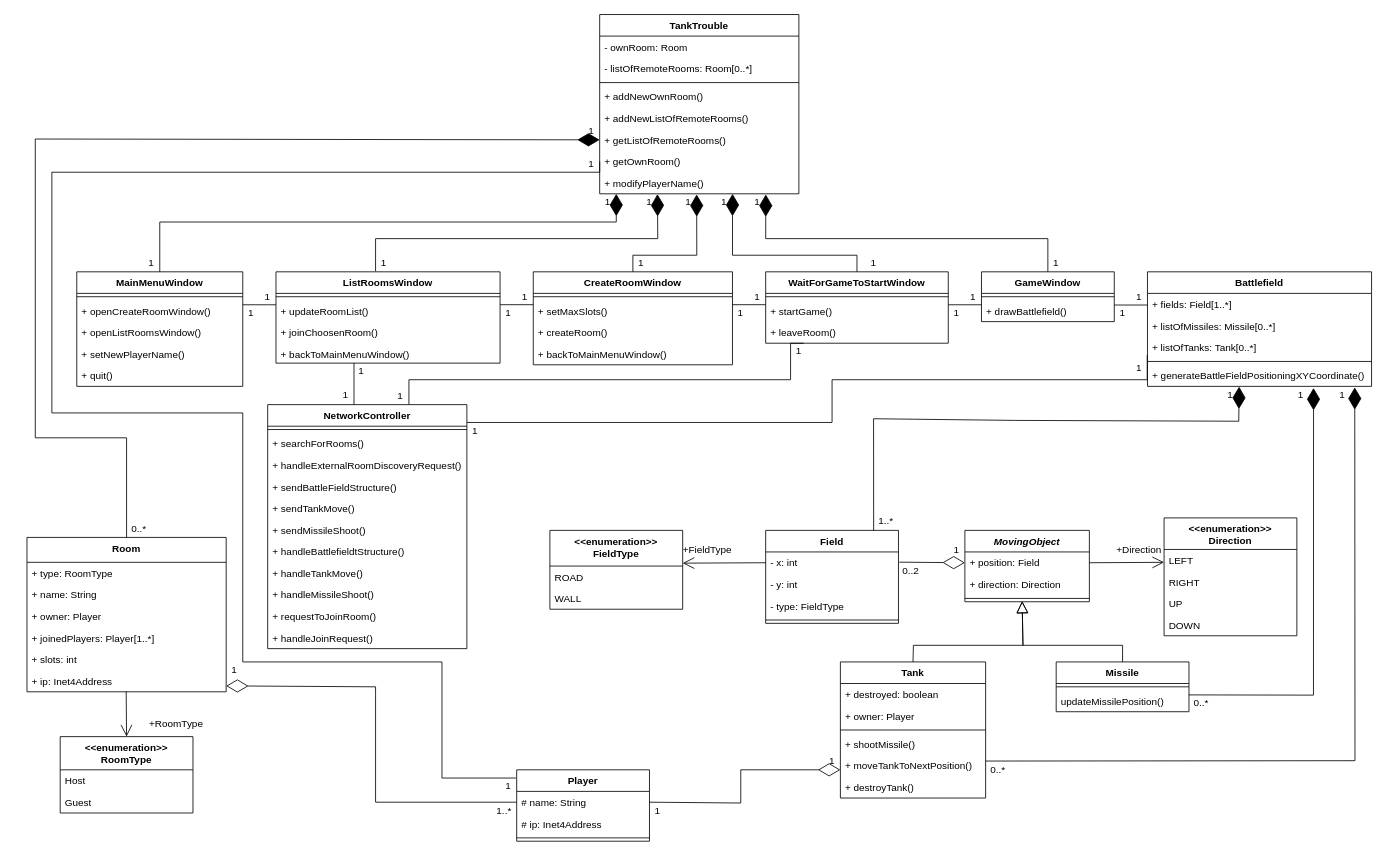
Earlier version of the draw.io diagram docs/Tervdokumentáció.drawio (Residuum22/TankTroubleBME). Source tidied: cells renumbered, new cells numbered last; positions are measured from the earlier drawing's top-left corner, leaving out a move shared by most shapes. Both pictures are drawn from the tidied source at 83%, with x=0, y=0 at pixel (27, 14).
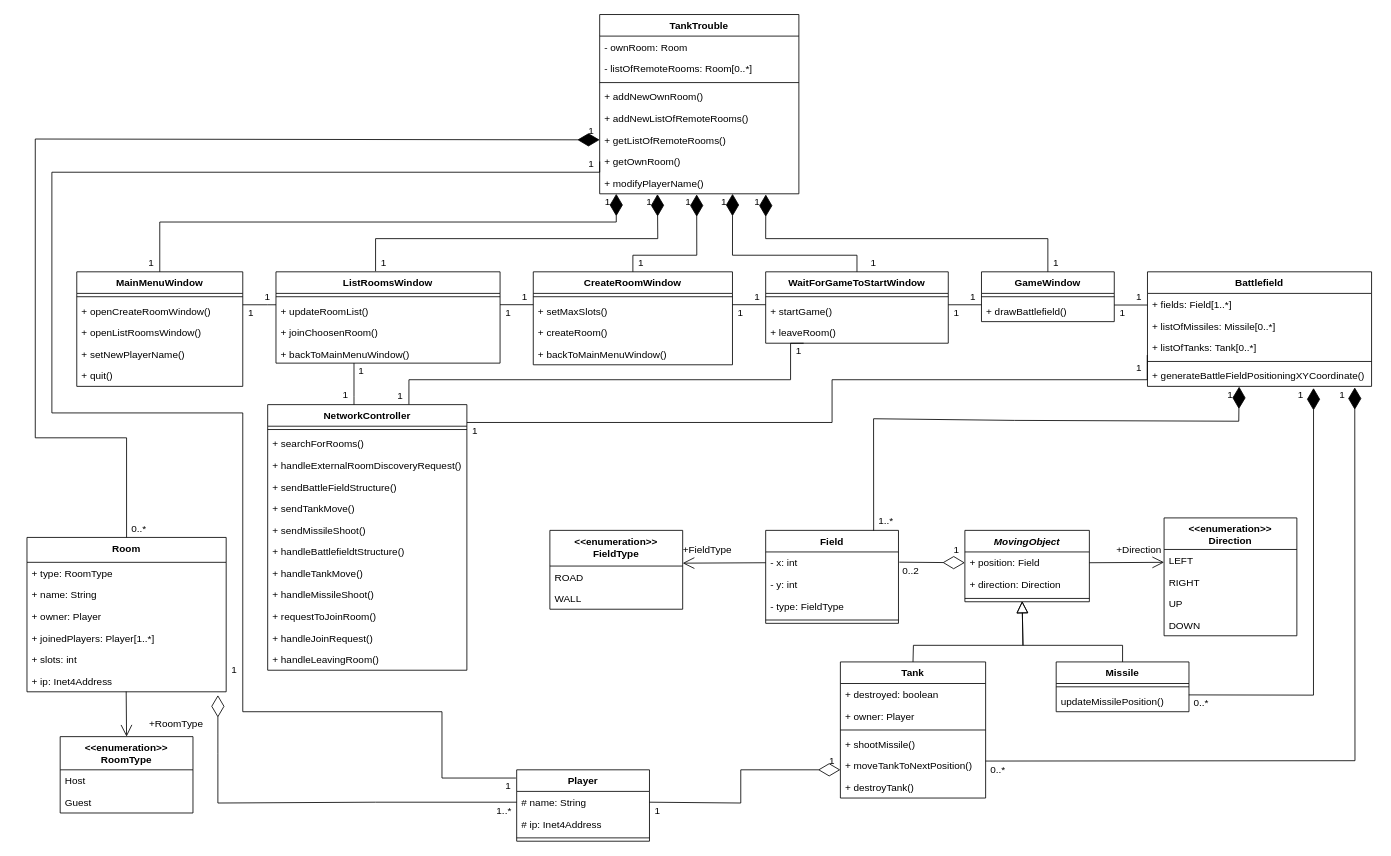
Above is the later version.

Commit message (it also covers changes not shown here):
Final touches on tervdokumentáció and generate PDF

The change refers to these unchanged cells:
```xml
<mxCell id="40" value="+ ip: Inet4Address" style="text;strokeColor=none;fillColor=none;align=left;verticalAlign=top;spacingLeft=4;spacingRight=4;overflow=hidden;points=[[0,0.5],[1,0.5]];portConstraint=eastwest;" parent="34" vertex="1">
  <mxGeometry y="160" width="240" height="26" as="geometry" />
</mxCell>
<mxCell id="51" value="+ getOwnRoom()" style="text;strokeColor=none;fillColor=none;align=left;verticalAlign=top;spacingLeft=4;spacingRight=4;overflow=hidden;points=[[0,0.5],[1,0.5]];portConstraint=eastwest;" parent="44" vertex="1">
  <mxGeometry y="164" width="240" height="26" as="geometry" />
</mxCell>
<mxCell id="90" value="Player" style="swimlane;fontStyle=1;align=center;verticalAlign=top;horizontal=1;startSize=26;" parent="1" vertex="1">
  <mxGeometry x="590" y="910" width="160" height="86" as="geometry" />
</mxCell>
<mxCell id="91" value="# name: String" style="text;strokeColor=none;fillColor=none;align=left;verticalAlign=top;spacingLeft=4;spacingRight=4;overflow=hidden;points=[[0,0.5],[1,0.5]];portConstraint=eastwest;" parent="90" vertex="1">
  <mxGeometry y="26" width="160" height="26" as="geometry" />
</mxCell>
```

The edit, as a diff of the source:
```diff
@@
     <mxCell id="18" value="NetworkController" style="swimlane;fontStyle=1;align=center;verticalAlign=top;horizontal=1;startSize=26;" parent="1" vertex="1">
-      <mxGeometry x="290" y="470" width="240" height="294" as="geometry" />
+      <mxGeometry x="290" y="470" width="240" height="320" as="geometry" />
     </mxCell>
@@
+    <mxCell id="164" value="+ handleLeavingRoom()" style="text;strokeColor=none;fillColor=none;align=left;verticalAlign=top;spacingLeft=4;spacingRight=4;overflow=hidden;" parent="18" vertex="1">
+      <mxGeometry y="294" width="240" height="26" as="geometry" />
+    </mxCell>
@@
     <mxCell id="158" style="endArrow=none;html=1;edgeStyle=orthogonalEdgeStyle;rounded=0;exitX=0;exitY=0.5;exitDx=0;exitDy=0;entryX=-0.006;entryY=0.115;entryDx=0;entryDy=0;entryPerimeter=0;" parent="1" edge="1" source="51" target="90">
       <mxGeometry relative="1" as="geometry">
         <Array as="points">
           <mxPoint x="690" y="190" />
           <mxPoint x="30" y="190" />
           <mxPoint x="30" y="480" />
           <mxPoint x="260" y="480" />
-          <mxPoint x="260" y="780" />
-          <mxPoint x="500" y="780" />
+          <mxPoint x="260" y="840" />
+          <mxPoint x="500" y="840" />
           <mxPoint x="500" y="920" />
         </Array>
       </mxGeometry>
     </mxCell>
@@
-    <mxCell id="162" style="endArrow=diamondThin;endFill=0;endSize=24;html=1;rounded=0;exitX=0;exitY=0.5;exitDx=0;exitDy=0;entryX=1;entryY=0.726;entryDx=0;entryDy=0;entryPerimeter=0;" parent="1" edge="1" source="91" target="40">
+    <mxCell id="162" style="endArrow=diamondThin;endFill=0;endSize=24;html=1;rounded=0;exitX=0;exitY=0.5;exitDx=0;exitDy=0;" parent="1" edge="1" source="91">
       <mxGeometry relative="1" as="geometry">
+        <mxPoint x="230" y="820" as="targetPoint" />
         <Array as="points">
           <mxPoint x="420" y="949" />
-          <mxPoint x="420" y="819" />
-          <mxPoint x="420" y="810" />
+          <mxPoint x="230" y="950" />
+          <mxPoint x="230" y="890" />
         </Array>
       </mxGeometry>
     </mxCell>
```
